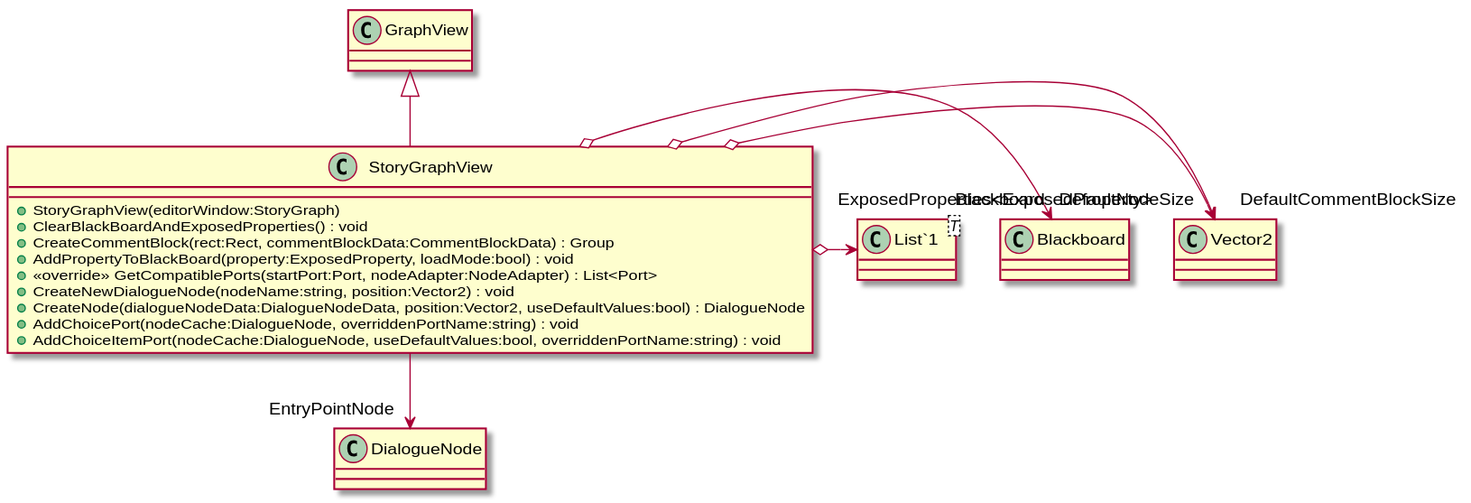
robinsuurs/Mallow_Mysterie keeps this PlantUML diagram as UML/Dialogue/Editor/Graph/StoryGraphView.svg. Above is the earlier version.
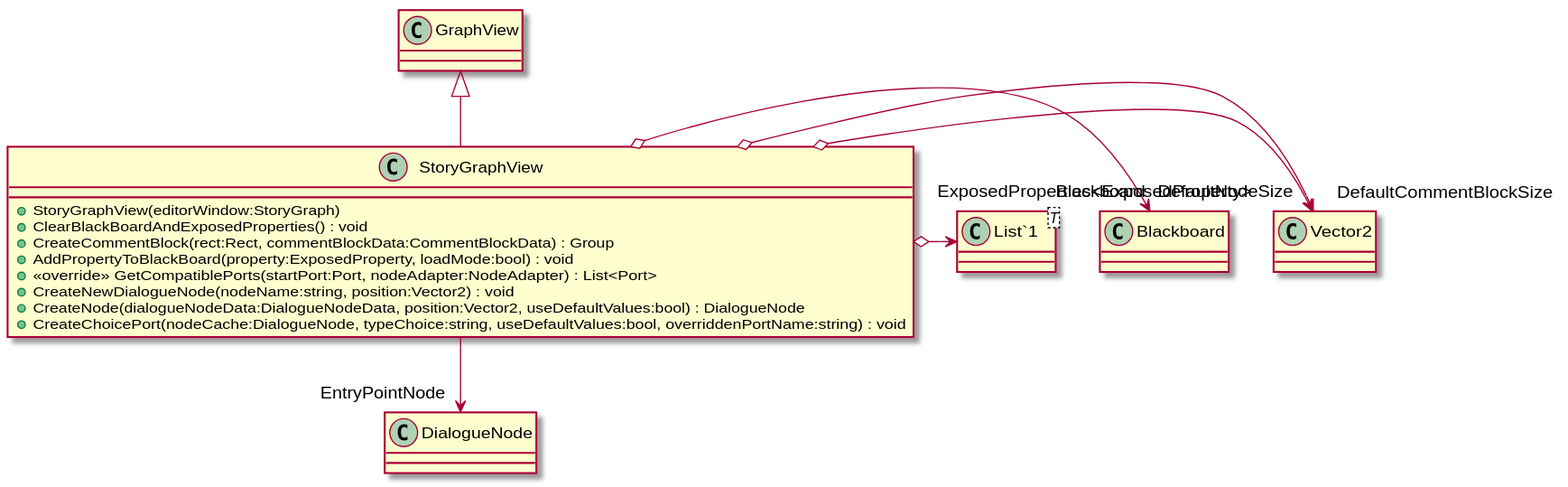
The same diagram one commit later.

The edit, as a diff of the source:
```diff
@@ -7,8 +7,7 @@
     + <<override>> GetCompatiblePorts(startPort:Port, nodeAdapter:NodeAdapter) : List<Port>
     + CreateNewDialogueNode(nodeName:string, position:Vector2) : void
     + CreateNode(dialogueNodeData:DialogueNodeData, position:Vector2, useDefaultValues:bool) : DialogueNode
-    + AddChoicePort(nodeCache:DialogueNode, overriddenPortName:string) : void
-    + AddChoiceItemPort(nodeCache:DialogueNode, useDefaultValues:bool, overriddenPortName:string) : void
+    + CreateChoicePort(nodeCache:DialogueNode, typeChoice:string, useDefaultValues:bool, overriddenPortName:string) : void
 }
 class "List`1"<T> {
 }
```
